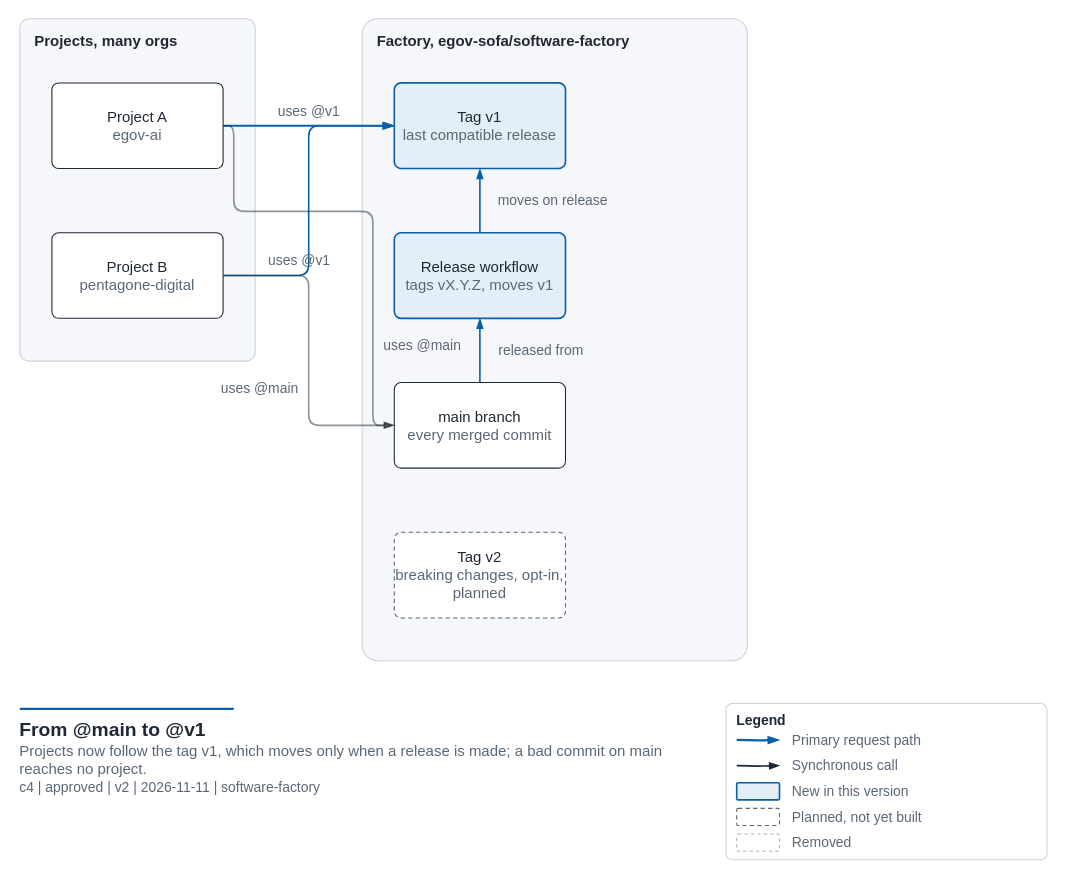
The draw.io diagram docs/diagrams/version-pinning.drawio in egov-sofa/software-factory, before the edit. Source tidied: cells renumbered, new cells numbered last; positions are measured from the earlier drawing's top-left corner, leaving out a move shared by most shapes. Both pictures are drawn from the tidied source at 107%, with x=0, y=0 at pixel (19, 18).
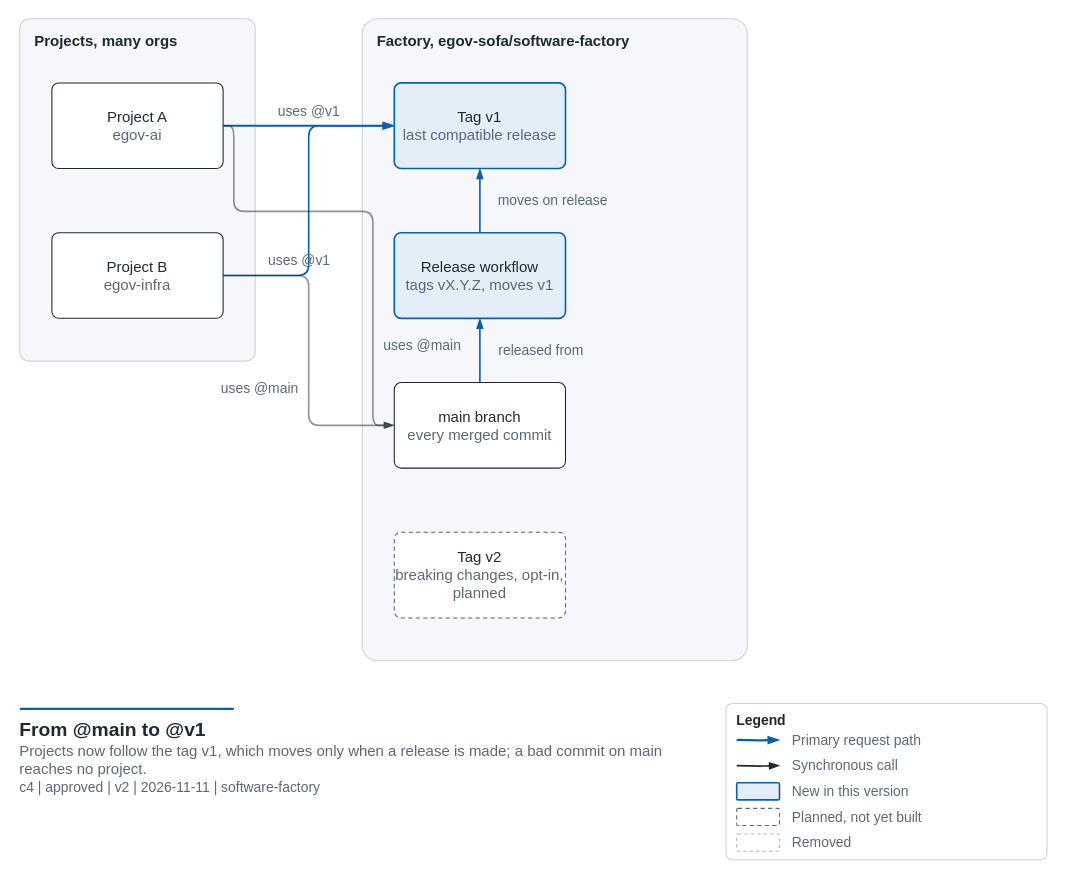
After the change.

Unchanged cells that the change refers to:
```xml
<mxCell id="2" value="Projects, many orgs" style="rounded=1;arcSize=4;whiteSpace=wrap;html=1;fillColor=#F5F7FA;strokeColor=#CBD2D9;strokeWidth=1;fontSize=14;fontStyle=1;fontColor=#1F2933;verticalAlign=top;align=left;spacingLeft=12;spacingTop=6;" parent="1" vertex="1">
  <mxGeometry width="220" height="320" as="geometry" />
</mxCell>
```

Change to the diagram source:
```diff
@@
-    <mxCell id="4" value="Project B&lt;br&gt;&lt;font color=&quot;#5A6775&quot;&gt;pentagone-digital&lt;/font&gt;" style="rounded=1;arcSize=8;whiteSpace=wrap;html=1;fillColor=#FFFFFF;strokeColor=#1F2933;strokeWidth=1;fontSize=14;fontColor=#1F2933;align=center;verticalAlign=middle;" parent="2" vertex="1">
+    <mxCell id="4" value="Project B&lt;br&gt;&lt;font color=&quot;#5A6775&quot;&gt;egov-infra&lt;/font&gt;" style="rounded=1;arcSize=8;whiteSpace=wrap;html=1;fillColor=#FFFFFF;strokeColor=#1F2933;strokeWidth=1;fontSize=14;fontColor=#1F2933;align=center;verticalAlign=middle;" parent="2" vertex="1">
       <mxGeometry x="30" y="200" width="160" height="80" as="geometry" />
     </mxCell>
```
